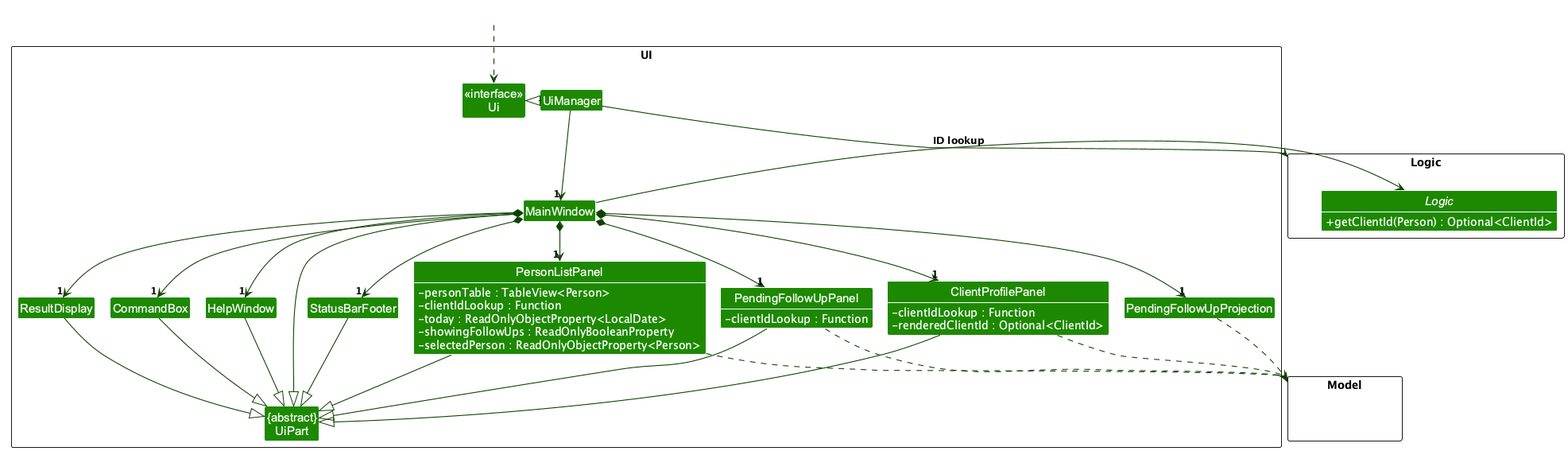
The PlantUML diagram docs/images/UiClassDiagram.png in AY2627S1-CS2103T-W13-3/tp, before a commit.
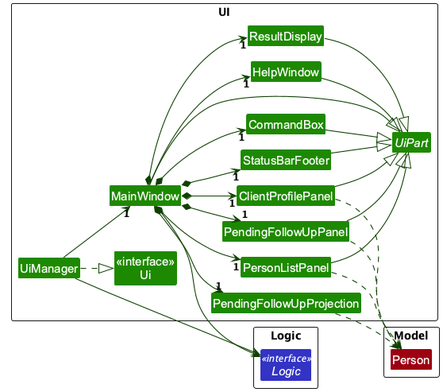
After the commit.

Diff of the diagram source:
```diff
@@ -1,6 +1,7 @@
 @startuml
 !pragma layout smetana
 !include style.puml
+left to right direction
 skinparam arrowThickness 1.1
 skinparam arrowColor UI_COLOR_T4
 skinparam classBackgroundColor UI_COLOR
@@ -9,61 +10,41 @@
 
 package UI <<Rectangle>>{
 Class "<<interface>>\nUi" as Ui
-Class "{abstract}\nUiPart" as UiPart
+abstract class UiPart
 Class UiManager
 Class MainWindow
 Class HelpWindow
 Class ResultDisplay
-Class ClientProfilePanel {
-  -clientIdLookup : Function
-  -renderedClientId : Optional<ClientId>
-}
-Class PersonListPanel {
-  -personTable : TableView<Person>
-  -clientIdLookup : Function
-  -today : ReadOnlyObjectProperty<LocalDate>
-  -showingFollowUps : ReadOnlyBooleanProperty
-  -selectedPerson : ReadOnlyObjectProperty<Person>
-}
-Class PendingFollowUpPanel {
-  -clientIdLookup : Function
-}
+Class ClientProfilePanel
+Class PersonListPanel
+Class PendingFollowUpPanel
 Class PendingFollowUpProjection
 Class StatusBarFooter
 Class CommandBox
 }
 
-show PersonListPanel fields
-show ClientProfilePanel fields
-show PendingFollowUpPanel fields
-
 package Model <<Rectangle>> {
-Class HiddenModel #FFFFFF
+Class Person MODEL_COLOR
 }
 
-package Logic <<Rectangle>> {
-interface "Logic" as LogicApi {
-  +getClientId(Person) : Optional<ClientId>
-}
-show LogicApi methods
+package "Logic" as LogicPackage <<Rectangle>> {
+interface "Logic" as LogicApi <<interface>> LOGIC_COLOR
 }
 
-Class HiddenOutside #FFFFFF
-HiddenOutside ..> Ui
 
-UiManager .left.|> Ui
-UiManager -down-> "1" MainWindow
-MainWindow *-down->  "1" CommandBox
-MainWindow *-down-> "1" ResultDisplay
-MainWindow *-down-> "1" PersonListPanel
-MainWindow *-down-> "1" StatusBarFooter
+UiManager ..|> Ui
+UiManager --> "1" MainWindow
+MainWindow *-->  "1" CommandBox
+MainWindow *--> "1" ResultDisplay
+MainWindow *--> "1" PersonListPanel
+MainWindow *--> "1" StatusBarFooter
 MainWindow *--> "1" ClientProfilePanel
 MainWindow --> "1" HelpWindow
 
 MainWindow *--> "1" PendingFollowUpPanel
 MainWindow *--> "1" PendingFollowUpProjection
 
-MainWindow -left-|> UiPart
+MainWindow --|> UiPart
 
 ResultDisplay --|> UiPart
 CommandBox --|> UiPart
@@ -73,17 +54,11 @@
 StatusBarFooter --|> UiPart
 HelpWindow --|> UiPart
 
-PersonListPanel ..> Model
-PendingFollowUpProjection ..> Model
-PendingFollowUpPanel ..> Model
-ClientProfilePanel ..> Model
-UiManager -right-> Logic
-MainWindow -left-> LogicApi : ID lookup
+PersonListPanel ..> Person
+PendingFollowUpProjection ..> Person
+PendingFollowUpPanel ..> Person
+ClientProfilePanel ..> Person
+UiManager --> LogicApi
+MainWindow --> LogicApi
 
-PersonListPanel -[hidden]left- HelpWindow
-HelpWindow -[hidden]left- CommandBox
-CommandBox -[hidden]left- ResultDisplay
-ResultDisplay -[hidden]left- StatusBarFooter
-
-MainWindow -[hidden]-|> UiPart
 @enduml
```
